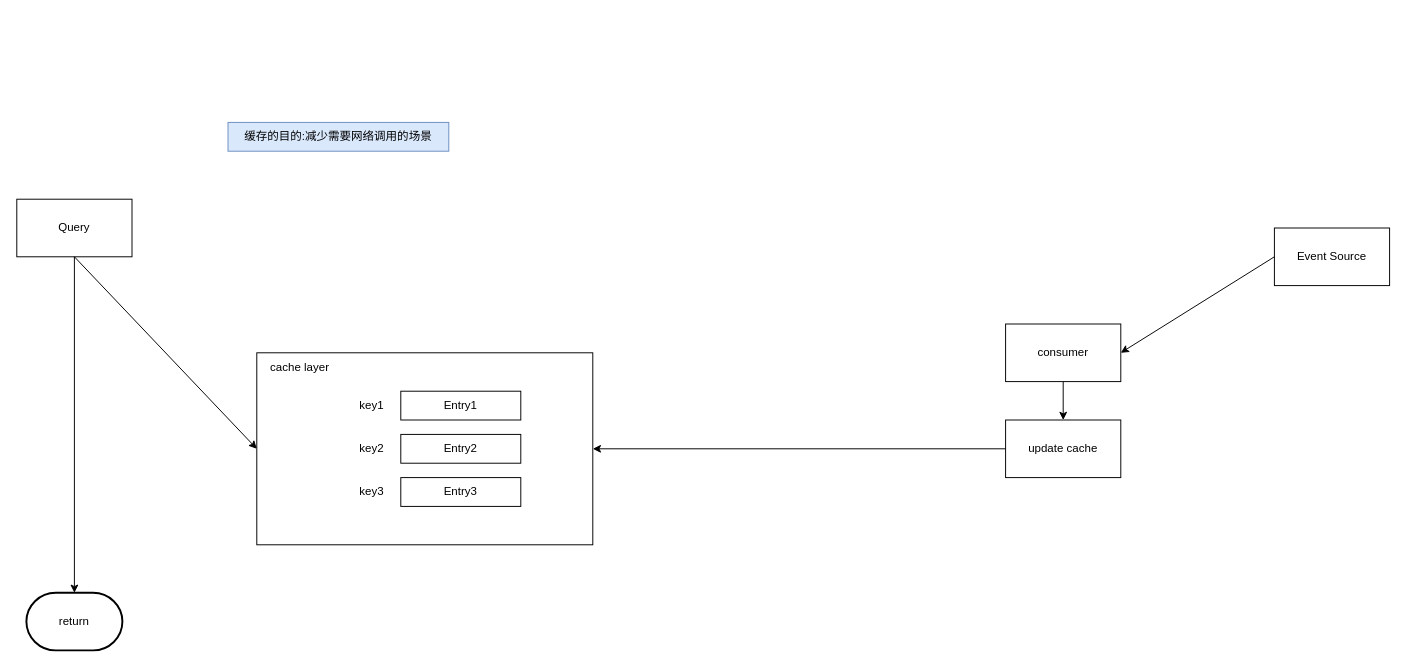
Earlier version of the draw.io diagram caching_server.drawio (xhd2015/bog). Source tidied: cells renumbered, new cells numbered last; positions are measured from the earlier drawing's top-left corner, leaving out a move shared by most shapes. Both pictures are drawn from the tidied source at 96%, with x=0, y=0 at pixel (16, 122).
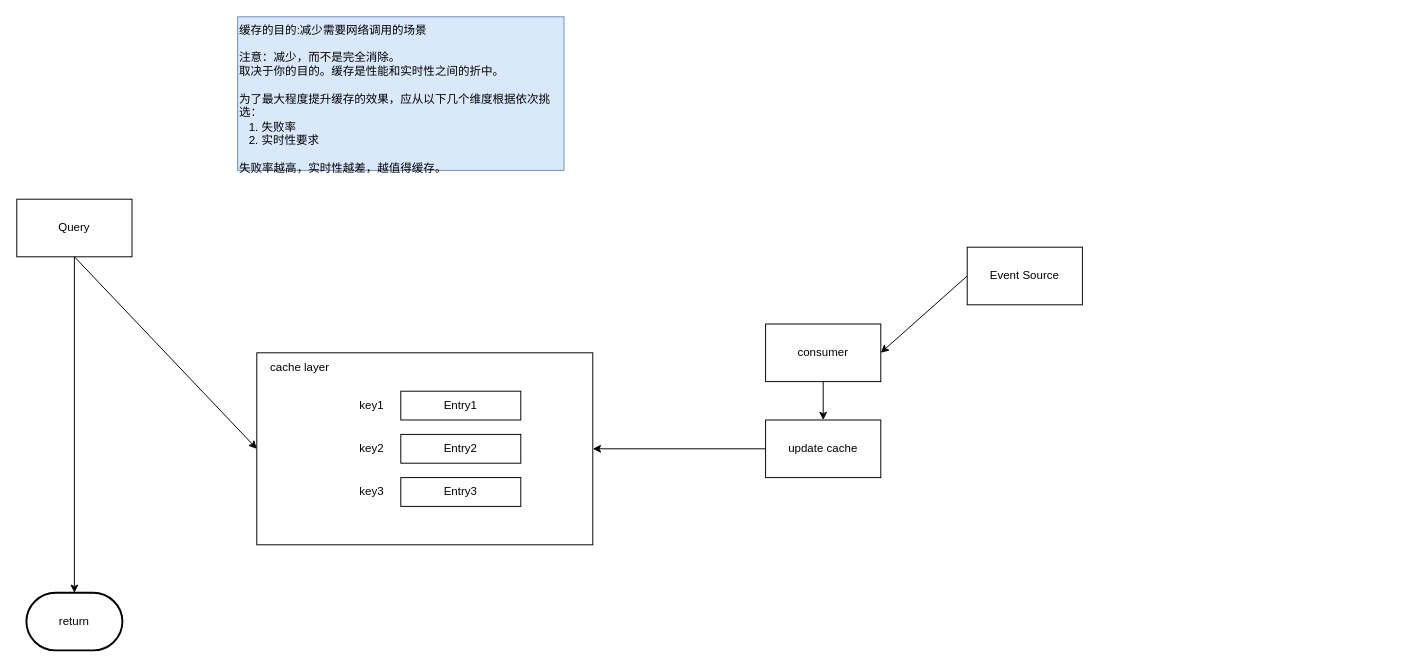
After the change.

The edit, as a diff of the source:
```diff
@@
     <mxCell id="3" value="Event Source" style="rounded=0;whiteSpace=wrap;html=1;" parent="1" vertex="1">
-      <mxGeometry x="1310" y="110" width="120" height="60" as="geometry" />
+      <mxGeometry x="990" y="130" width="120" height="60" as="geometry" />
     </mxCell>
@@
     <mxCell id="6" value="consumer" style="rounded=0;whiteSpace=wrap;html=1;" parent="1" vertex="1">
-      <mxGeometry x="1030" y="210" width="120" height="60" as="geometry" />
+      <mxGeometry x="780" y="210" width="120" height="60" as="geometry" />
     </mxCell>
@@
     <mxCell id="10" value="update cache" style="rounded=0;whiteSpace=wrap;html=1;" parent="1" vertex="1">
-      <mxGeometry x="1030" y="310" width="120" height="60" as="geometry" />
+      <mxGeometry x="780" y="310" width="120" height="60" as="geometry" />
     </mxCell>
@@
-    <mxCell id="20" value="缓存的目的:减少需要网络调用的场景" style="text;html=1;strokeColor=#6c8ebf;fillColor=#dae8fc;align=center;verticalAlign=middle;whiteSpace=wrap;rounded=0;" parent="1" vertex="1">
-      <mxGeometry x="220" width="230" height="30" as="geometry" />
+    <mxCell id="20" value="缓存的目的:减少需要网络调用的场景&lt;br&gt;&lt;br&gt;注意：减少，而不是完全消除。&lt;br&gt;取决于你的目的。缓存是性能和实时性之间的折中。&lt;br&gt;&lt;br&gt;为了最大程度提升缓存的效果，应从以下几个维度根据依次挑选：&lt;br&gt;&amp;nbsp; &amp;nbsp;1. 失败率&lt;br&gt;&amp;nbsp; &amp;nbsp;2. 实时性要求&lt;br&gt;&lt;br&gt;失败率越高，实时性越差，越值得缓存。" style="text;html=1;strokeColor=#6c8ebf;fillColor=#dae8fc;align=left;verticalAlign=top;whiteSpace=wrap;rounded=0;" parent="1" vertex="1">
+      <mxGeometry x="230" y="-110" width="340" height="160" as="geometry" />
     </mxCell>
```
